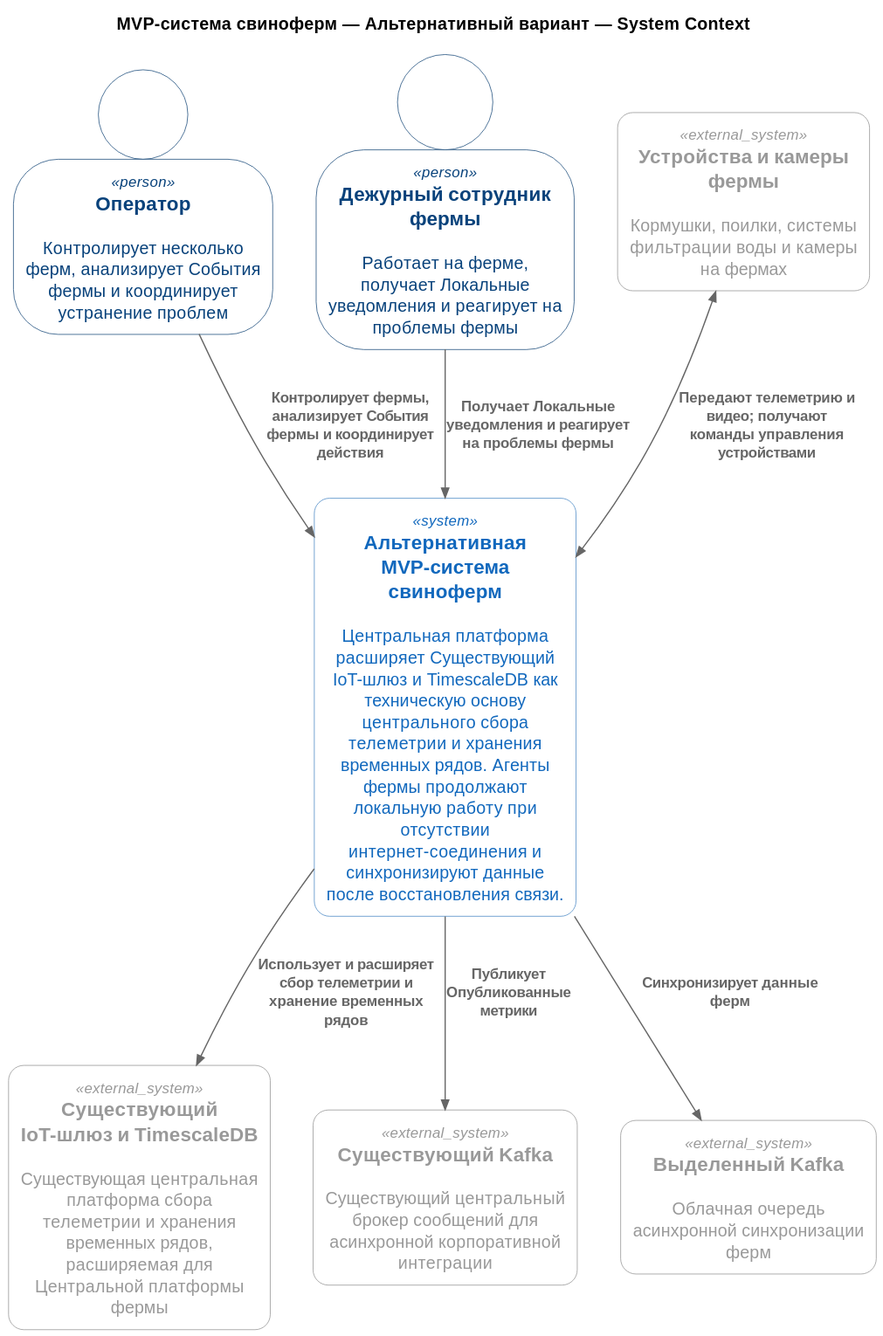
vs-ya-practicum/01-MSA-AgroTech keeps this PlantUML diagram as Task1/svg/01-02-alternative.c4.context.svg. Above is the earlier version.
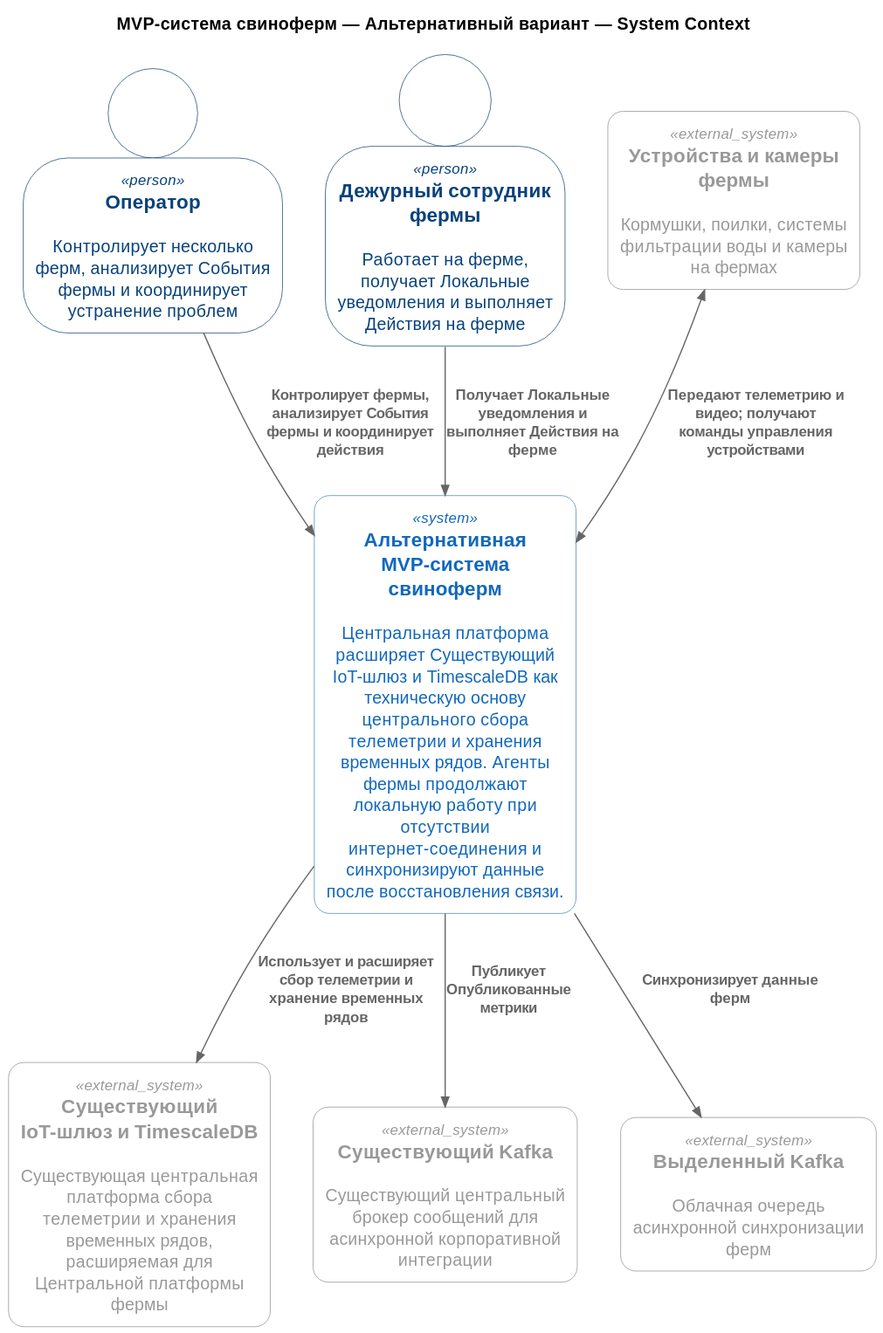
Later version of the same file.

Diff of the diagram source:
```diff
@@ -8,7 +8,7 @@
 title MVP-система свиноферм — Альтернативный вариант — System Context
 
 Person(operator, "Оператор", "Контролирует несколько ферм, анализирует События фермы и координирует устранение проблем")
-Person(farmDutyEmployee, "Дежурный сотрудник фермы", "Работает на ферме, получает Локальные уведомления и реагирует на проблемы фермы")
+Person(farmDutyEmployee, "Дежурный сотрудник фермы", "Работает на ферме, получает Локальные уведомления и выполняет Действия на ферме")
 
 System(pigFarmSystem, "Альтернативная MVP-система свиноферм", "Центральная платформа расширяет Существующий IoT-шлюз и TimescaleDB как техническую основу центрального сбора телеметрии и хранения временных рядов. Агенты фермы продолжают локальную работу при отсутствии интернет-соединения и синхронизируют данные после восстановления связи.")
 
@@ -18,7 +18,7 @@
 System_Ext(dedicatedKafka, "Выделенный Kafka", "Облачная очередь асинхронной синхронизации ферм")
 
 Rel(operator, pigFarmSystem, "Контролирует фермы, анализирует События фермы и координирует действия")
-Rel(farmDutyEmployee, pigFarmSystem, "Получает Локальные уведомления и реагирует на проблемы фермы")
+Rel(farmDutyEmployee, pigFarmSystem, "Получает Локальные уведомления и выполняет Действия на ферме")
 BiRel(farmDevicesAndCameras, pigFarmSystem, "Передают телеметрию и видео; получают команды управления устройствами")
 Rel(pigFarmSystem, existingIoTPlatform, "Использует и расширяет сбор телеметрии и хранение временных рядов")
 Rel(pigFarmSystem, existingKafka, "Публикует Опубликованные метрики")
```
